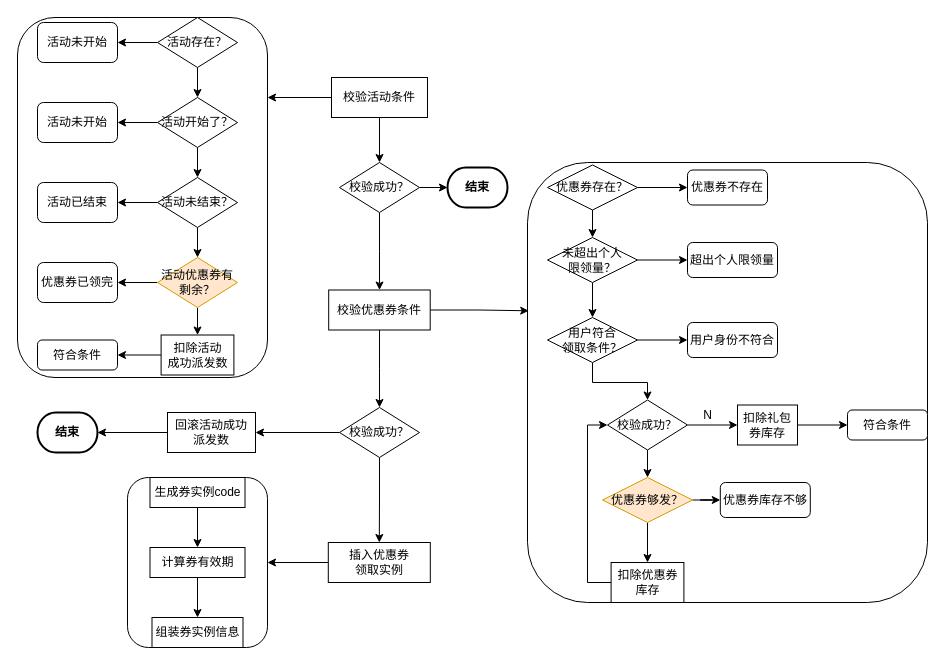
Before: 领券.drawio in ppp-203/ppp-203, a draw.io diagram. Source tidied: cells renumbered, new cells numbered last; positions are measured from the earlier drawing's top-left corner, leaving out a move shared by most shapes. Both pictures are drawn from the tidied source at 100%, with x=0, y=0 at pixel (17, 17).
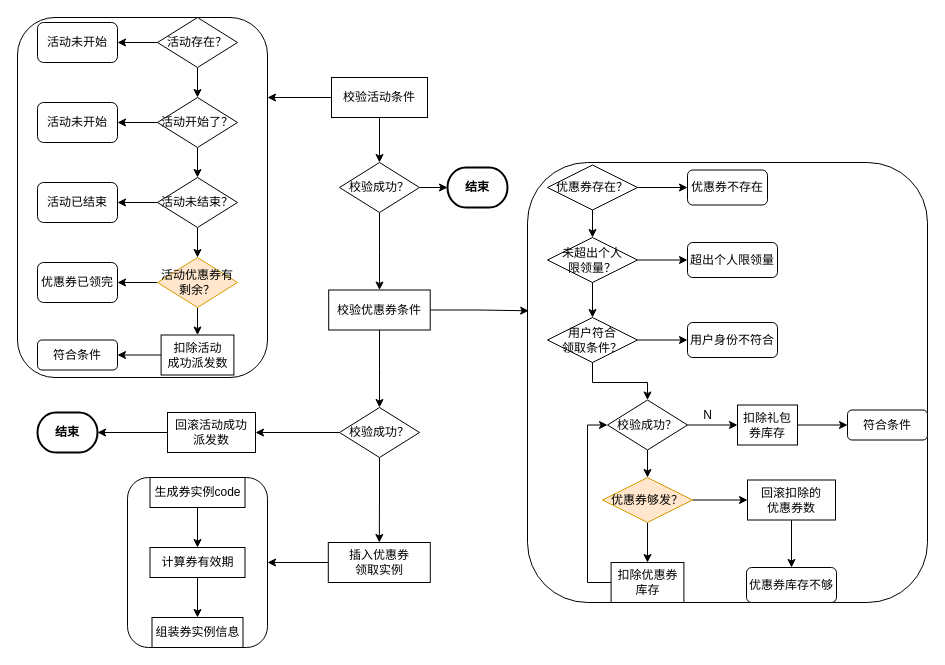
Above is the later version.

The change refers to these unchanged cells:
```xml
<mxCell id="38" value="优惠券够发？" style="rhombus;whiteSpace=wrap;html=1;fillColor=#ffe6cc;strokeColor=#d79b00;" parent="1" vertex="1">
  <mxGeometry x="585" y="460" width="90" height="45" as="geometry" />
</mxCell>
```

Diff of the diagram source:
```diff
@@
-    <mxCell id="37" style="edgeStyle=orthogonalEdgeStyle;rounded=0;jettySize=auto;html=1;entryX=0;entryY=0.5;entryDx=0;entryDy=0;" parent="1" edge="1" source="38" target="45">
-      <mxGeometry relative="1" as="geometry" />
-    </mxCell>
+    <mxCell id="74" style="edgeStyle=orthogonalEdgeStyle;rounded=0;jettySize=auto;html=1;" parent="1" edge="1" source="38" target="76">
+      <mxGeometry relative="1" as="geometry" />
+    </mxCell>
@@
     <mxCell id="45" value="优惠券库存不够" style="rounded=1;whiteSpace=wrap;html=1;" parent="1" vertex="1">
-      <mxGeometry x="702.8" y="465" width="90" height="35" as="geometry" />
+      <mxGeometry x="729" y="550" width="90" height="35" as="geometry" />
     </mxCell>
@@
+    <mxCell id="75" style="edgeStyle=orthogonalEdgeStyle;rounded=0;jettySize=auto;html=1;entryX=0.5;entryY=0;entryDx=0;entryDy=0;" parent="1" edge="1" source="76" target="45">
+      <mxGeometry relative="1" as="geometry" />
+    </mxCell>
+    <mxCell id="76" value="回滚扣除的&lt;br&gt;优惠券数" style="rounded=0;whiteSpace=wrap;html=1;" parent="1" vertex="1">
+      <mxGeometry x="730" y="462.5" width="88" height="40" as="geometry" />
+    </mxCell>
```
